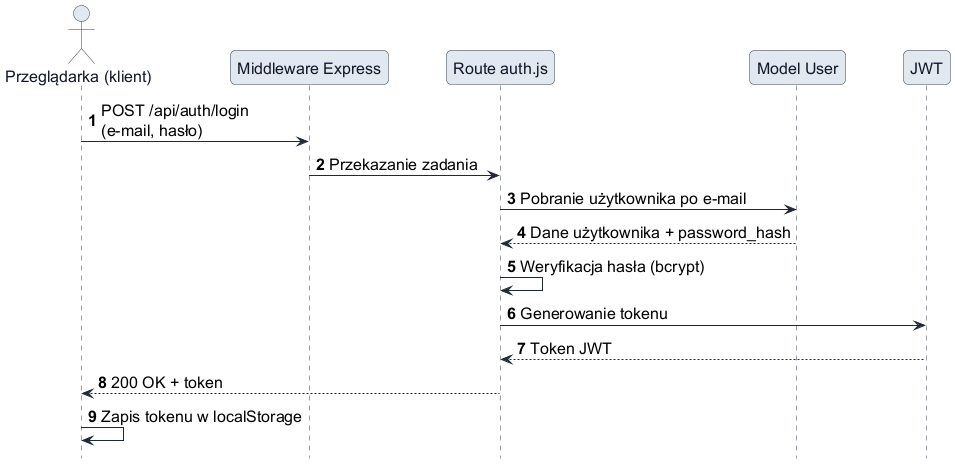
Above: Praca Licencjacka/diagramy-plantuml/sequence-login.png in NasiadkaMaciej/Digital-Dungeons (PlantUML), before the change. Its source is kept beside it as Praca Licencjacka/diagramy-plantuml/sequence-login.puml.
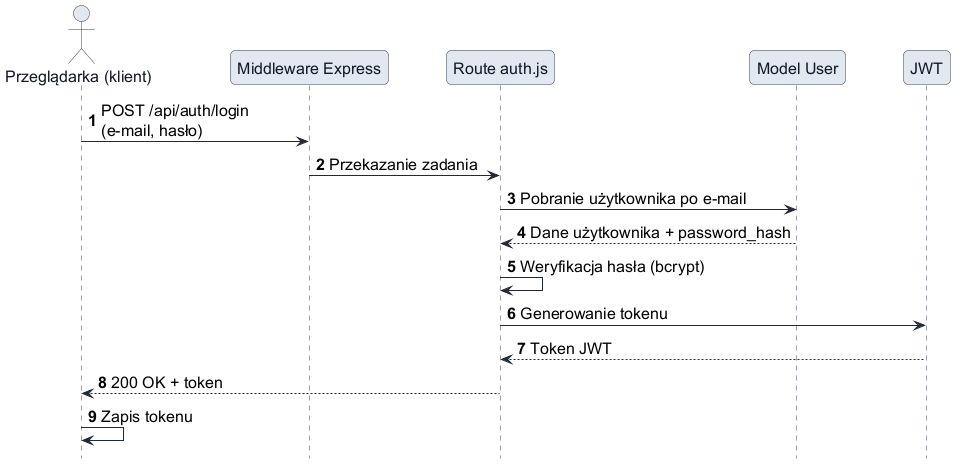
Above is the later version.

The edit, as a diff of the source:
```diff
@@ -19,5 +19,5 @@
 R -> J: Generowanie tokenu
 J --> R: Token JWT
 R --> K: 200 OK + token
-K -> K: Zapis tokenu w localStorage
+K -> K: Zapis tokenu
 @enduml
```
